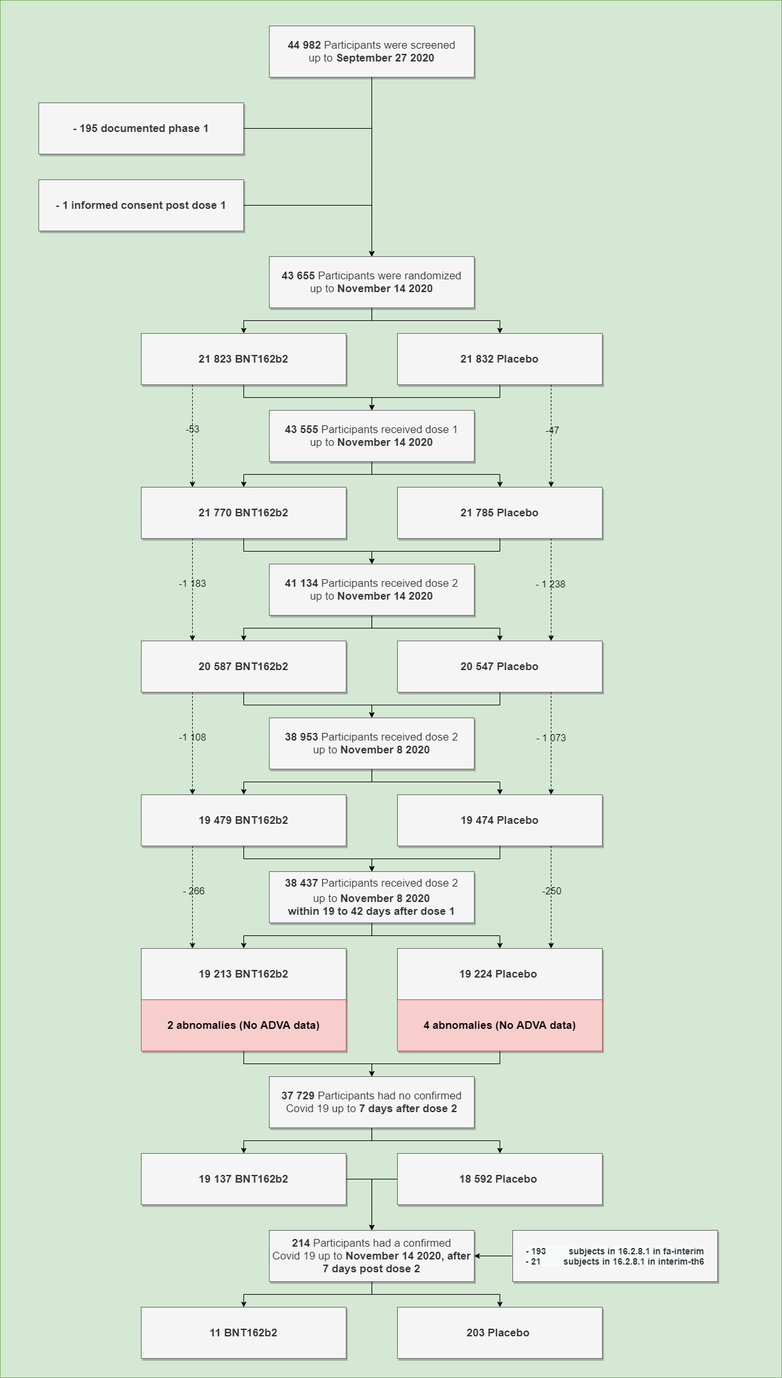
Earlier version of the draw.io export public/doc/pfizer_trials/EfficacyDiagram.png (OpenVaet/openvaet). Source tidied: cells renumbered, new cells last; positions are measured from the earlier drawing's top-left corner, leaving out a move shared by most shapes.
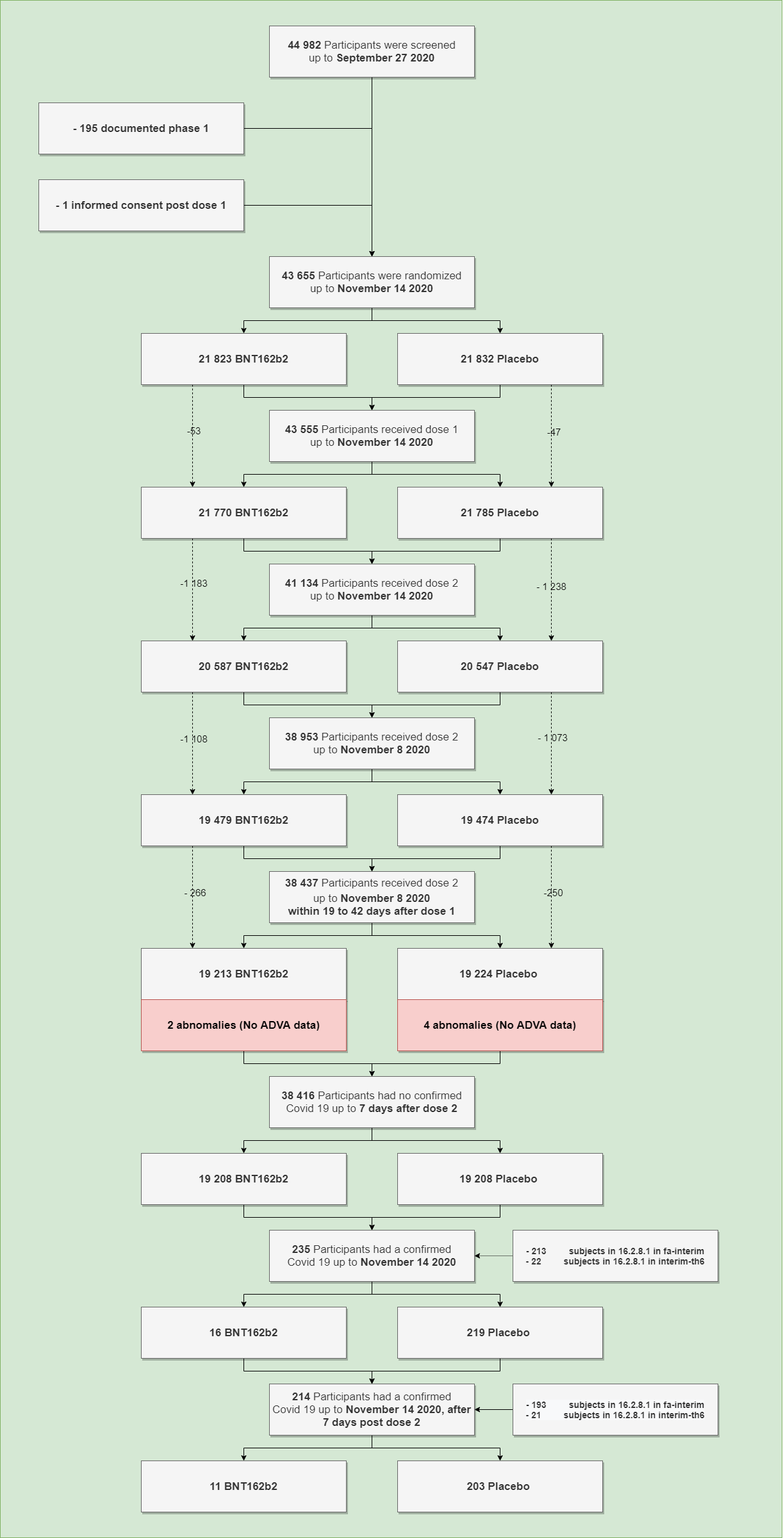
After the change.

The edit, as a diff of the source:
```diff
@@ -2,9 +2,14 @@
   <root>
     <mxCell id="0" />
     <mxCell id="1" parent="0" />
-    <mxCell id="2" style="rounded=0;whiteSpace=wrap;html=1;labelBackgroundColor=none;fontSize=15;fillColor=#d5e8d4;strokeColor=#82b366;" parent="1" vertex="1">
-      <mxGeometry width="1220" height="2150" as="geometry" />
-    </mxCell>
+    <mxCell id="62" style="edgeStyle=orthogonalEdgeStyle;rounded=0;jettySize=auto;html=1;entryX=0.5;entryY=0;entryDx=0;entryDy=0;fontSize=15;" parent="1" edge="1" target="x">
+      <mxGeometry relative="1" as="geometry">
+        <mxPoint x="625.1" y="2000" as="sourcePoint" />
+      </mxGeometry>
+    </mxCell>
+    <mxCell id="77" style="rounded=0;whiteSpace=wrap;html=1;labelBackgroundColor=none;fontSize=15;fillColor=#d5e8d4;strokeColor=#82b366;" parent="1" vertex="1">
+      <mxGeometry width="1220" height="2400" as="geometry" />
+    </mxCell>
     <mxCell id="3" style="edgeStyle=orthogonalEdgeStyle;rounded=0;jettySize=auto;html=1;fontSize=15;entryX=0.5;entryY=0;entryDx=0;entryDy=0;" parent="1" edge="1" source="4" target="7">
       <mxGeometry relative="1" as="geometry" />
     </mxCell>
@@ -180,23 +185,47 @@
     <mxCell id="57" value="&lt;span style=&quot;font-size: 17px&quot;&gt;&lt;b&gt;19 224&amp;nbsp;&lt;/b&gt;&lt;/span&gt;&lt;b style=&quot;font-size: 17px&quot;&gt;Placebo&amp;nbsp;&lt;/b&gt;" style="rounded=0;whiteSpace=wrap;html=1;shadow=1;sketch=0;fillColor=#f5f5f5;strokeColor=#666666;fontColor=#333333;" parent="1" vertex="1">
       <mxGeometry x="620" y="1480" width="320" height="80" as="geometry" />
     </mxCell>
-    <mxCell id="58" style="edgeStyle=orthogonalEdgeStyle;rounded=0;jettySize=auto;html=1;entryX=0.5;entryY=0;entryDx=0;entryDy=0;fontSize=16;" parent="1" edge="1" source="59" target="72">
-      <mxGeometry relative="1" as="geometry" />
-    </mxCell>
+    <mxCell id="78" style="edgeStyle=orthogonalEdgeStyle;rounded=0;jettySize=auto;html=1;entryX=0.5;entryY=0;entryDx=0;entryDy=0;fontSize=16;" parent="1" edge="1" source="59" target="91">
+      <mxGeometry relative="1" as="geometry" />
+    </mxCell>
     <mxCell id="59" value="&lt;span style=&quot;font-size: 17px&quot;&gt;&lt;b&gt;2 abnomalies (No ADVA data)&lt;/b&gt;&lt;/span&gt;" style="rounded=0;whiteSpace=wrap;html=1;shadow=1;sketch=0;fillColor=#f8cecc;strokeColor=#b85450;" parent="1" vertex="1">
       <mxGeometry x="220" y="1560" width="320" height="80" as="geometry" />
     </mxCell>
-    <mxCell id="60" style="edgeStyle=orthogonalEdgeStyle;rounded=0;jettySize=auto;html=1;entryX=0.5;entryY=0;entryDx=0;entryDy=0;fontSize=16;" parent="1" edge="1" source="61" target="72">
-      <mxGeometry relative="1" as="geometry" />
-    </mxCell>
+    <mxCell id="79" style="edgeStyle=orthogonalEdgeStyle;rounded=0;jettySize=auto;html=1;entryX=0.5;entryY=0;entryDx=0;entryDy=0;fontSize=16;" parent="1" edge="1" source="61" target="91">
+      <mxGeometry relative="1" as="geometry" />
+    </mxCell>
     <mxCell id="61" value="&lt;span style=&quot;font-size: 17px&quot;&gt;&lt;b&gt;4 abnomalies (No ADVA data)&lt;/b&gt;&lt;/span&gt;" style="rounded=0;whiteSpace=wrap;html=1;shadow=1;sketch=0;fillColor=#f8cecc;strokeColor=#b85450;" parent="1" vertex="1">
       <mxGeometry x="620" y="1560" width="320" height="80" as="geometry" />
     </mxCell>
-    <mxCell id="62" style="edgeStyle=orthogonalEdgeStyle;rounded=0;jettySize=auto;html=1;entryX=0.5;entryY=0;entryDx=0;entryDy=0;fontSize=15;" parent="1" edge="1" target="x">
-      <mxGeometry relative="1" as="geometry">
-        <mxPoint x="580.1" y="2000" as="sourcePoint" />
-      </mxGeometry>
-    </mxCell>
+    <mxCell id="80" style="edgeStyle=orthogonalEdgeStyle;rounded=0;jettySize=auto;html=1;entryX=0.5;entryY=0;entryDx=0;entryDy=0;fontSize=15;" parent="1" edge="1" source="82" target="84">
+      <mxGeometry relative="1" as="geometry" />
+    </mxCell>
+    <mxCell id="81" style="edgeStyle=orthogonalEdgeStyle;rounded=0;jettySize=auto;html=1;entryX=0.5;entryY=0;entryDx=0;entryDy=0;fontSize=15;" parent="1" edge="1" source="82" target="86">
+      <mxGeometry relative="1" as="geometry" />
+    </mxCell>
+    <mxCell id="82" value="&lt;span style=&quot;font-size: 17px&quot;&gt;&lt;b&gt;235&amp;nbsp;&lt;/b&gt;Participants had a confirmed&lt;br&gt;Covid 19&amp;nbsp;&lt;/span&gt;&lt;span style=&quot;font-size: 17px&quot;&gt;up to&amp;nbsp;&lt;/span&gt;&lt;b style=&quot;font-size: 17px&quot;&gt;November 14 2020&lt;/b&gt;" style="rounded=0;whiteSpace=wrap;html=1;shadow=1;sketch=0;fillColor=#f5f5f5;strokeColor=#666666;fontColor=#333333;" parent="1" vertex="1">
+      <mxGeometry x="420" y="1920" width="320" height="80" as="geometry" />
+    </mxCell>
+    <mxCell id="83" style="edgeStyle=orthogonalEdgeStyle;rounded=0;jettySize=auto;html=1;entryX=0.5;entryY=0;entryDx=0;entryDy=0;fontSize=16;" parent="1" edge="1" source="84" target="65">
+      <mxGeometry relative="1" as="geometry" />
+    </mxCell>
+    <mxCell id="84" value="&lt;span style=&quot;font-size: 17px&quot;&gt;&lt;b&gt;16&lt;/b&gt;&lt;/span&gt;&lt;b style=&quot;font-size: 17px&quot;&gt;&amp;nbsp;&lt;/b&gt;&lt;b style=&quot;font-size: 17px&quot;&gt;BNT162b2&lt;/b&gt;" style="rounded=0;whiteSpace=wrap;html=1;shadow=1;sketch=0;fillColor=#f5f5f5;strokeColor=#666666;fontColor=#333333;" parent="1" vertex="1">
+      <mxGeometry x="220" y="2040" width="320" height="80" as="geometry" />
+    </mxCell>
+    <mxCell id="85" style="edgeStyle=orthogonalEdgeStyle;rounded=0;jettySize=auto;html=1;fontSize=16;" parent="1" edge="1" source="86" target="65">
+      <mxGeometry relative="1" as="geometry" />
+    </mxCell>
+    <mxCell id="86" value="&lt;span style=&quot;font-size: 17px&quot;&gt;&lt;b&gt;219&amp;nbsp;&lt;/b&gt;&lt;/span&gt;&lt;b style=&quot;font-size: 17px&quot;&gt;Placebo&amp;nbsp;&lt;/b&gt;" style="rounded=0;whiteSpace=wrap;html=1;shadow=1;sketch=0;fillColor=#f5f5f5;strokeColor=#666666;fontColor=#333333;" parent="1" vertex="1">
+      <mxGeometry x="620" y="2040" width="320" height="80" as="geometry" />
+    </mxCell>
+    <mxCell id="87" style="edgeStyle=orthogonalEdgeStyle;rounded=0;jettySize=auto;html=1;dashed=1;dashPattern=1 1;fontSize=15;" parent="1" edge="1" target="82">
+      <mxGeometry relative="1" as="geometry">
+        <mxPoint x="800" y="1960" as="sourcePoint" />
+      </mxGeometry>
+    </mxCell>
+    <mxCell id="88" value="&lt;span style=&quot;font-size: 14px&quot;&gt;&lt;span style=&quot;font-size: 14px&quot;&gt;- 213&amp;nbsp; &amp;nbsp; &amp;nbsp; &amp;nbsp; &amp;nbsp;&lt;/span&gt;&lt;/span&gt;subjects&amp;nbsp;&lt;span style=&quot;font-size: 14px&quot;&gt;&lt;span style=&quot;font-size: 14px&quot;&gt;in&amp;nbsp;16.2.8.1 in fa-interim&lt;/span&gt;&lt;/span&gt;&lt;span style=&quot;font-size: 14px&quot;&gt;&lt;br style=&quot;font-size: 14px&quot;&gt;-&amp;nbsp;&lt;/span&gt;&lt;span style=&quot;font-size: 14px&quot;&gt;22&amp;nbsp; &amp;nbsp; &amp;nbsp; &amp;nbsp; &amp;nbsp;subjects in&amp;nbsp;16.2.8.1 in interim-th6&lt;/span&gt;&lt;span style=&quot;font-size: 14px&quot;&gt;&lt;br style=&quot;font-size: 14px&quot;&gt;&lt;/span&gt;" style="rounded=0;whiteSpace=wrap;html=1;shadow=1;sketch=0;fillColor=#f5f5f5;strokeColor=#666666;fontColor=#333333;fontStyle=1;fontSize=14;" parent="1" vertex="1">
+      <mxGeometry x="800" y="1920" width="320" height="80" as="geometry" />
+    </mxCell>
     <mxCell id="63" style="edgeStyle=orthogonalEdgeStyle;rounded=0;jettySize=auto;html=1;fontSize=16;" parent="1" edge="1" source="65" target="66">
       <mxGeometry relative="1" as="geometry" />
     </mxCell>
@@ -204,44 +233,40 @@
       <mxGeometry relative="1" as="geometry" />
     </mxCell>
     <mxCell id="65" value="&lt;span style=&quot;font-size: 17px&quot;&gt;&lt;b&gt;214&amp;nbsp;&lt;/b&gt;Participants had a confirmed&lt;/span&gt;&lt;br&gt;&lt;span style=&quot;font-size: 17px&quot;&gt;Covid 19&amp;nbsp;&lt;/span&gt;&lt;span style=&quot;font-size: 17px&quot;&gt;up to&amp;nbsp;&lt;/span&gt;&lt;b style=&quot;font-size: 17px&quot;&gt;November 14 2020, after 7 days post dose 2&lt;/b&gt;" style="rounded=0;whiteSpace=wrap;html=1;shadow=1;sketch=0;fillColor=#f5f5f5;strokeColor=#666666;fontColor=#333333;" parent="1" vertex="1">
-      <mxGeometry x="420" y="1920" width="320" height="80" as="geometry" />
+      <mxGeometry x="420" y="2160" width="320" height="80" as="geometry" />
     </mxCell>
     <mxCell id="66" value="&lt;span style=&quot;font-size: 17px&quot;&gt;&lt;b&gt;11&lt;/b&gt;&lt;/span&gt;&lt;b style=&quot;font-size: 17px&quot;&gt;&amp;nbsp;&lt;/b&gt;&lt;b style=&quot;font-size: 17px&quot;&gt;BNT162b2&lt;/b&gt;" style="rounded=0;whiteSpace=wrap;html=1;shadow=1;sketch=0;fillColor=#f5f5f5;strokeColor=#666666;fontColor=#333333;" parent="1" vertex="1">
-      <mxGeometry x="220" y="2040" width="320" height="80" as="geometry" />
+      <mxGeometry x="220" y="2280" width="320" height="80" as="geometry" />
     </mxCell>
     <mxCell id="67" value="&lt;span style=&quot;font-size: 17px&quot;&gt;&lt;b&gt;203&amp;nbsp;&lt;/b&gt;&lt;/span&gt;&lt;b style=&quot;font-size: 17px&quot;&gt;Placebo&amp;nbsp;&lt;/b&gt;" style="rounded=0;whiteSpace=wrap;html=1;shadow=1;sketch=0;fillColor=#f5f5f5;strokeColor=#666666;fontColor=#333333;" parent="1" vertex="1">
-      <mxGeometry x="620" y="2040" width="320" height="80" as="geometry" />
+      <mxGeometry x="620" y="2280" width="320" height="80" as="geometry" />
     </mxCell>
     <mxCell id="68" style="edgeStyle=orthogonalEdgeStyle;rounded=0;jettySize=auto;html=1;entryX=1;entryY=0.5;entryDx=0;entryDy=0;fontSize=16;" parent="1" edge="1" source="69" target="65">
       <mxGeometry relative="1" as="geometry" />
     </mxCell>
     <mxCell id="69" value="&lt;span style=&quot;background-color: rgb(248 , 249 , 250)&quot;&gt;- 193&amp;nbsp; &amp;nbsp; &amp;nbsp; &amp;nbsp; &amp;nbsp;subjects&amp;nbsp;in&amp;nbsp;16.2.8.1 in fa-interim&lt;/span&gt;&lt;br style=&quot;background-color: rgb(248 , 249 , 250)&quot;&gt;&lt;span style=&quot;background-color: rgb(248 , 249 , 250)&quot;&gt;-&amp;nbsp;21&amp;nbsp; &amp;nbsp; &amp;nbsp; &amp;nbsp; &amp;nbsp;subjects in&amp;nbsp;16.2.8.1 in interim-th6&lt;/span&gt;&lt;span style=&quot;font-size: 14px&quot;&gt;&lt;br style=&quot;font-size: 14px&quot;&gt;&lt;/span&gt;" style="rounded=0;whiteSpace=wrap;html=1;shadow=1;sketch=0;fillColor=#f5f5f5;strokeColor=#666666;fontColor=#333333;fontStyle=1;fontSize=14;" parent="1" vertex="1">
-      <mxGeometry x="800" y="1920" width="320" height="80" as="geometry" />
+      <mxGeometry x="800" y="2160" width="320" height="80" as="geometry" />
     </mxCell>
-    <mxCell id="70" style="edgeStyle=orthogonalEdgeStyle;rounded=0;jettySize=auto;html=1;fontSize=16;" parent="1" edge="1" source="72" target="76">
-      <mxGeometry relative="1" as="geometry" />
-    </mxCell>
-    <mxCell id="71" style="edgeStyle=orthogonalEdgeStyle;rounded=0;jettySize=auto;html=1;fontSize=16;" parent="1" edge="1" source="72" target="74">
-      <mxGeometry relative="1" as="geometry" />
-    </mxCell>
-    <mxCell id="72" value="&lt;span style=&quot;font-size: 17px&quot;&gt;&lt;b&gt;37 729&amp;nbsp;&lt;/b&gt;Participants had no confirmed&lt;br&gt;Covid 19&amp;nbsp;&lt;/span&gt;&lt;span style=&quot;font-size: 17px&quot;&gt;up to&amp;nbsp;&lt;/span&gt;&lt;b style=&quot;font-size: 17px&quot;&gt;7 days after dose 2&lt;/b&gt;" style="rounded=0;whiteSpace=wrap;html=1;shadow=1;sketch=0;fillColor=#f5f5f5;strokeColor=#666666;fontColor=#333333;" parent="1" vertex="1">
-      <mxGeometry x="420" y="1680" width="320" height="80" as="geometry" />
-    </mxCell>
-    <mxCell id="73" style="edgeStyle=orthogonalEdgeStyle;rounded=0;jettySize=auto;html=1;entryX=0.5;entryY=0;entryDx=0;entryDy=0;fontSize=16;" parent="1" edge="1" source="74">
-      <mxGeometry relative="1" as="geometry">
-        <mxPoint x="580" y="1920" as="targetPoint" />
-      </mxGeometry>
-    </mxCell>
-    <mxCell id="74" value="&lt;span style=&quot;font-size: 17px&quot;&gt;&lt;b&gt;18 592&lt;/b&gt;&lt;/span&gt;&lt;b style=&quot;font-size: 17px&quot;&gt;&amp;nbsp;&lt;/b&gt;&lt;b style=&quot;font-size: 17px&quot;&gt;Placebo&amp;nbsp;&lt;/b&gt;" style="rounded=0;whiteSpace=wrap;html=1;shadow=1;sketch=0;fillColor=#f5f5f5;strokeColor=#666666;fontColor=#333333;" parent="1" vertex="1">
-      <mxGeometry x="620" y="1800" width="320" height="80" as="geometry" />
-    </mxCell>
-    <mxCell id="75" style="edgeStyle=orthogonalEdgeStyle;rounded=0;jettySize=auto;html=1;fontSize=16;" parent="1" edge="1" source="76">
-      <mxGeometry relative="1" as="geometry">
-        <mxPoint x="580.1" y="1920" as="targetPoint" />
-      </mxGeometry>
-    </mxCell>
-    <mxCell id="76" value="&lt;span style=&quot;font-size: 17px&quot;&gt;&lt;b&gt;19 137&amp;nbsp;&lt;/b&gt;&lt;/span&gt;&lt;b style=&quot;font-size: 17px&quot;&gt;BNT162b2&lt;/b&gt;" style="rounded=0;whiteSpace=wrap;html=1;shadow=1;sketch=0;fillColor=#f5f5f5;strokeColor=#666666;fontColor=#333333;" parent="1" vertex="1">
-      <mxGeometry x="220" y="1800" width="320" height="80" as="geometry" />
-    </mxCell>
+    <mxCell id="89" style="edgeStyle=orthogonalEdgeStyle;rounded=0;jettySize=auto;html=1;fontSize=16;" parent="1" edge="1" source="91" target="95">
+      <mxGeometry relative="1" as="geometry" />
+    </mxCell>
+    <mxCell id="90" style="edgeStyle=orthogonalEdgeStyle;rounded=0;jettySize=auto;html=1;fontSize=16;" parent="1" edge="1" source="91" target="93">
+      <mxGeometry relative="1" as="geometry" />
+    </mxCell>
+    <mxCell id="91" value="&lt;span style=&quot;font-size: 17px&quot;&gt;&lt;b&gt;38 416&amp;nbsp;&lt;/b&gt;Participants had no confirmed&lt;br&gt;Covid 19&amp;nbsp;&lt;/span&gt;&lt;span style=&quot;font-size: 17px&quot;&gt;up to&amp;nbsp;&lt;/span&gt;&lt;b style=&quot;font-size: 17px&quot;&gt;7 days after dose 2&lt;/b&gt;" style="rounded=0;whiteSpace=wrap;html=1;shadow=1;sketch=0;fillColor=#f5f5f5;strokeColor=#666666;fontColor=#333333;" parent="1" vertex="1">
+      <mxGeometry x="420" y="1680" width="320" height="80" as="geometry" />
+    </mxCell>
+    <mxCell id="92" style="edgeStyle=orthogonalEdgeStyle;rounded=0;jettySize=auto;html=1;entryX=0.5;entryY=0;entryDx=0;entryDy=0;fontSize=16;" parent="1" edge="1" source="93" target="82">
+      <mxGeometry relative="1" as="geometry" />
+    </mxCell>
+    <mxCell id="93" value="&lt;span style=&quot;font-size: 17px&quot;&gt;&lt;b&gt;19 208&amp;nbsp;&lt;/b&gt;&lt;/span&gt;&lt;b style=&quot;font-size: 17px&quot;&gt;Placebo&amp;nbsp;&lt;/b&gt;" style="rounded=0;whiteSpace=wrap;html=1;shadow=1;sketch=0;fillColor=#f5f5f5;strokeColor=#666666;fontColor=#333333;" parent="1" vertex="1">
+      <mxGeometry x="620" y="1800" width="320" height="80" as="geometry" />
+    </mxCell>
+    <mxCell id="94" style="edgeStyle=orthogonalEdgeStyle;rounded=0;jettySize=auto;html=1;fontSize=16;" parent="1" edge="1" source="95" target="82">
+      <mxGeometry relative="1" as="geometry" />
+    </mxCell>
+    <mxCell id="95" value="&lt;span style=&quot;font-size: 17px&quot;&gt;&lt;b&gt;19 208&amp;nbsp;&lt;/b&gt;&lt;/span&gt;&lt;b style=&quot;font-size: 17px&quot;&gt;BNT162b2&lt;/b&gt;" style="rounded=0;whiteSpace=wrap;html=1;shadow=1;sketch=0;fillColor=#f5f5f5;strokeColor=#666666;fontColor=#333333;" parent="1" vertex="1">
+      <mxGeometry x="220" y="1800" width="320" height="80" as="geometry" />
+    </mxCell>
   </root>
 </mxGraphModel>
```
